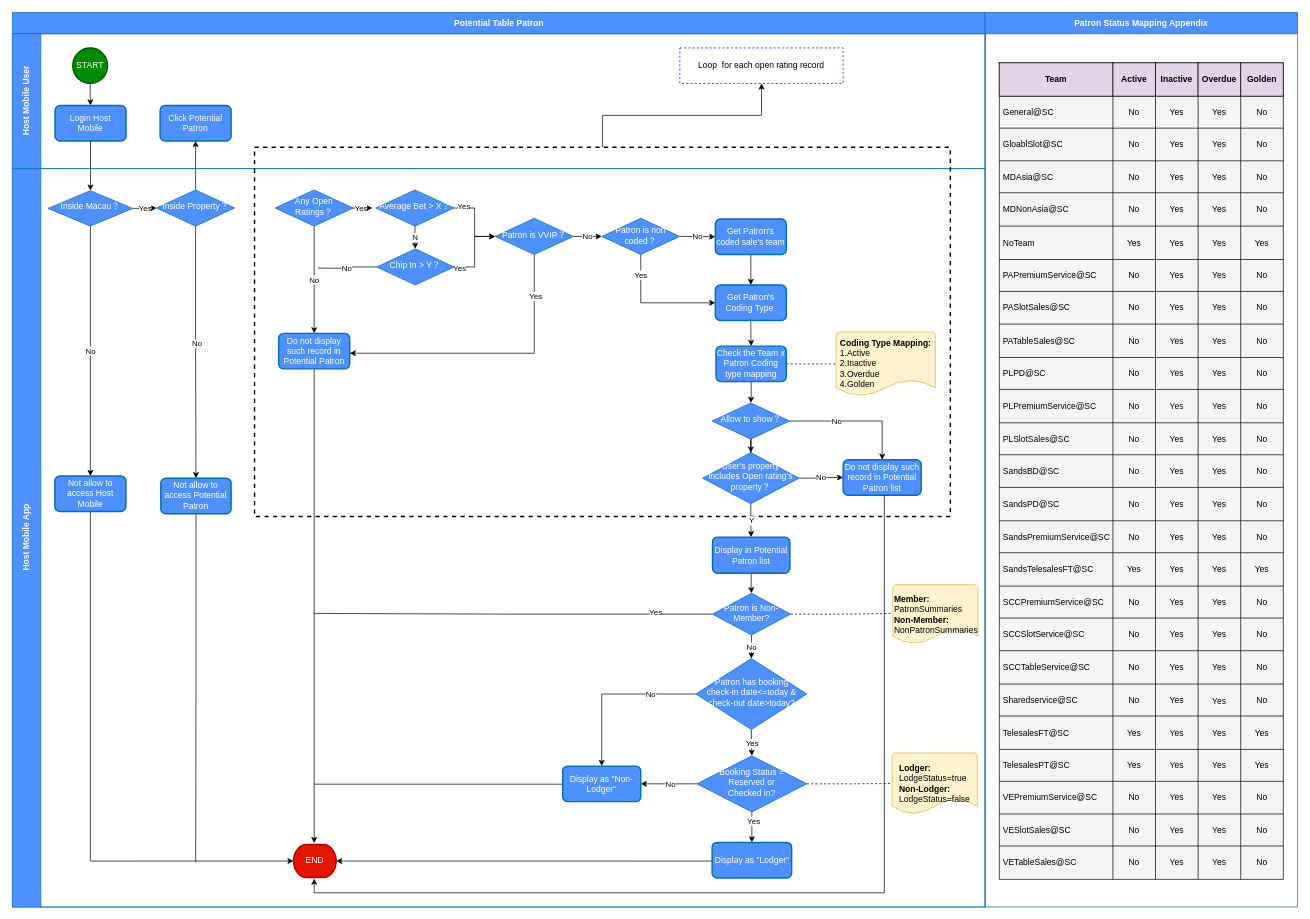
This is Potential Patron.drawio from xiaobao0706/drawio, a draw.io file, before an edit. Source tidied: cells renumbered, new cells numbered last; positions are measured from the earlier drawing's top-left corner, leaving out a move shared by most shapes. Both pictures are drawn from the tidied source at 71%, with x=0, y=0 at pixel (12, 12).
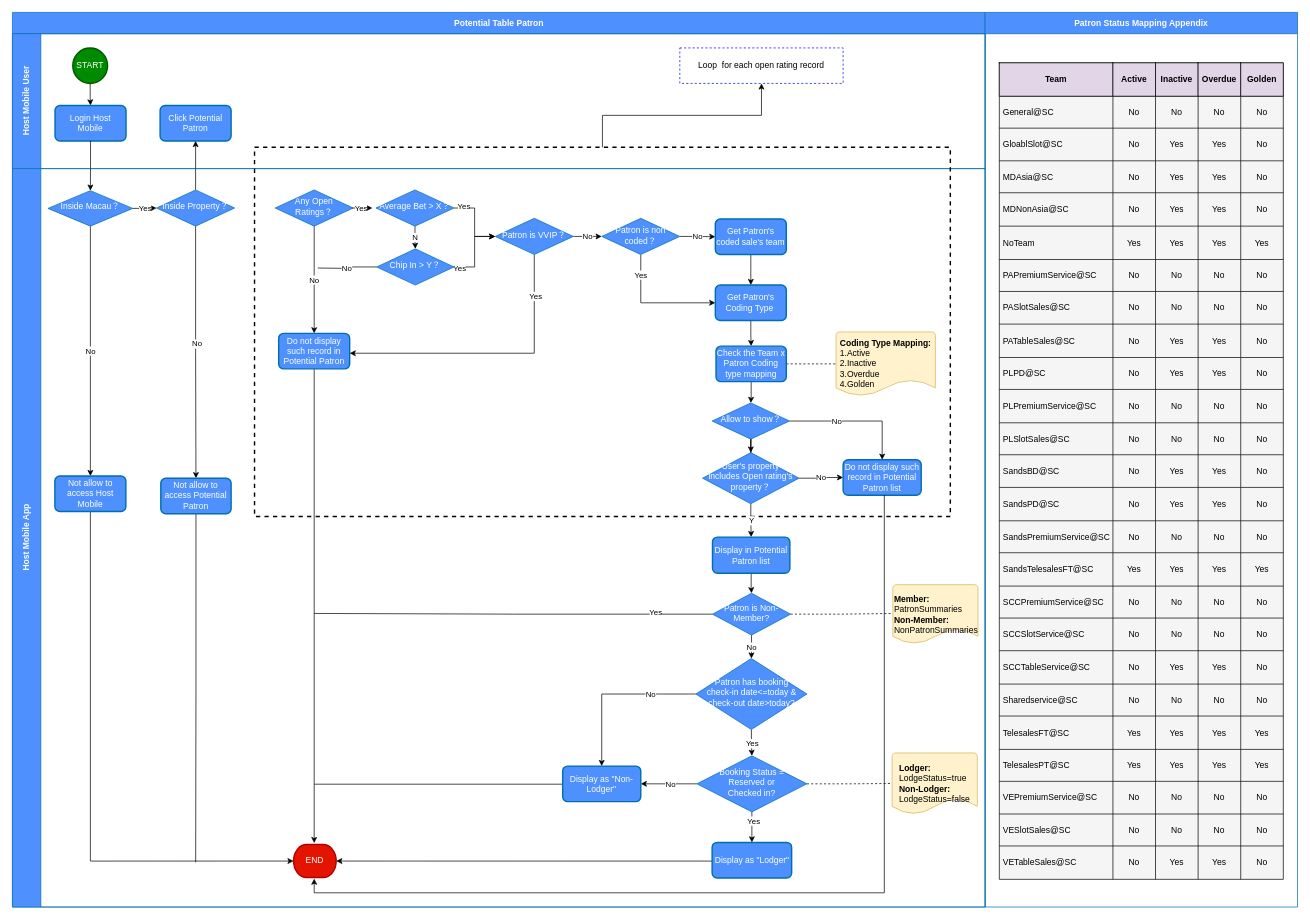
The same page after the edit.

Unchanged cells that the change refers to:
```xml
<mxCell id="91" style="shape=tableRow;horizontal=0;startSize=0;swimlaneHead=0;swimlaneBody=0;strokeColor=inherit;top=0;left=0;bottom=0;right=0;fillColor=none;" parent="84" vertex="1">
  <mxGeometry y="47" width="400" height="45" as="geometry" />
</mxCell>
<mxCell id="121" style="shape=tableRow;horizontal=0;startSize=0;swimlaneHead=0;swimlaneBody=0;strokeColor=inherit;top=0;left=0;bottom=0;right=0;fillColor=none;" parent="84" vertex="1">
  <mxGeometry y="277" width="400" height="45" as="geometry" />
</mxCell>
<mxCell id="127" style="shape=tableRow;horizontal=0;startSize=0;swimlaneHead=0;swimlaneBody=0;strokeColor=inherit;top=0;left=0;bottom=0;right=0;fillColor=none;" parent="84" vertex="1">
  <mxGeometry y="322" width="400" height="46" as="geometry" />
</mxCell>
<mxCell id="145" style="shape=tableRow;horizontal=0;startSize=0;swimlaneHead=0;swimlaneBody=0;strokeColor=inherit;top=0;left=0;bottom=0;right=0;fillColor=none;" parent="84" vertex="1">
  <mxGeometry y="460" width="400" height="47" as="geometry" />
</mxCell>
<mxCell id="151" style="shape=tableRow;horizontal=0;startSize=0;swimlaneHead=0;swimlaneBody=0;strokeColor=inherit;top=0;left=0;bottom=0;right=0;fillColor=none;" parent="84" vertex="1">
  <mxGeometry y="507" width="400" height="45" as="geometry" />
</mxCell>
<mxCell id="169" style="shape=tableRow;horizontal=0;startSize=0;swimlaneHead=0;swimlaneBody=0;strokeColor=inherit;top=0;left=0;bottom=0;right=0;fillColor=none;" parent="84" vertex="1">
  <mxGeometry y="645" width="400" height="45" as="geometry" />
</mxCell>
<mxCell id="181" style="shape=tableRow;horizontal=0;startSize=0;swimlaneHead=0;swimlaneBody=0;strokeColor=inherit;top=0;left=0;bottom=0;right=0;fillColor=none;" parent="84" vertex="1">
  <mxGeometry y="737" width="400" height="45" as="geometry" />
</mxCell>
<mxCell id="187" style="shape=tableRow;horizontal=0;startSize=0;swimlaneHead=0;swimlaneBody=0;strokeColor=inherit;top=0;left=0;bottom=0;right=0;fillColor=none;" parent="84" vertex="1">
  <mxGeometry y="782" width="400" height="46" as="geometry" />
</mxCell>
<mxCell id="199" style="shape=tableRow;horizontal=0;startSize=0;swimlaneHead=0;swimlaneBody=0;strokeColor=inherit;top=0;left=0;bottom=0;right=0;fillColor=none;" parent="84" vertex="1">
  <mxGeometry y="875" width="400" height="45" as="geometry" />
</mxCell>
<mxCell id="217" style="shape=tableRow;horizontal=0;startSize=0;swimlaneHead=0;swimlaneBody=0;strokeColor=inherit;top=0;left=0;bottom=0;right=0;fillColor=none;" parent="84" vertex="1">
  <mxGeometry y="1012" width="400" height="46" as="geometry" />
</mxCell>
<mxCell id="223" style="shape=tableRow;horizontal=0;startSize=0;swimlaneHead=0;swimlaneBody=0;strokeColor=inherit;top=0;left=0;bottom=0;right=0;fillColor=none;" parent="84" vertex="1">
  <mxGeometry y="1058" width="400" height="45" as="geometry" />
</mxCell>
```

Diff of the diagram source:
```diff
@@
-    <mxCell id="94" value="Yes" style="shape=partialRectangle;html=1;whiteSpace=wrap;strokeColor=inherit;overflow=hidden;fillColor=none;top=0;left=0;bottom=0;right=0;" parent="91" vertex="1">
+    <mxCell id="94" value="No" style="shape=partialRectangle;html=1;whiteSpace=wrap;strokeColor=inherit;overflow=hidden;fillColor=none;top=0;left=0;bottom=0;right=0;" parent="91" vertex="1">
       <mxGeometry x="220" width="60" height="45" as="geometry" />
     </mxCell>
-    <mxCell id="95" value="Yes" style="shape=partialRectangle;html=1;whiteSpace=wrap;strokeColor=inherit;overflow=hidden;fillColor=none;top=0;left=0;bottom=0;right=0;" parent="91" vertex="1">
+    <mxCell id="95" value="No" style="shape=partialRectangle;html=1;whiteSpace=wrap;strokeColor=inherit;overflow=hidden;fillColor=none;top=0;left=0;bottom=0;right=0;" parent="91" vertex="1">
       <mxGeometry x="280" width="60" height="45" as="geometry" />
     </mxCell>
@@
-    <mxCell id="124" value="Yes" style="shape=partialRectangle;html=1;whiteSpace=wrap;strokeColor=inherit;overflow=hidden;fillColor=none;top=0;left=0;bottom=0;right=0;" parent="121" vertex="1">
+    <mxCell id="124" value="No" style="shape=partialRectangle;html=1;whiteSpace=wrap;strokeColor=inherit;overflow=hidden;fillColor=none;top=0;left=0;bottom=0;right=0;" parent="121" vertex="1">
       <mxGeometry x="220" width="60" height="45" as="geometry" />
     </mxCell>
-    <mxCell id="125" value="Yes" style="shape=partialRectangle;html=1;whiteSpace=wrap;strokeColor=inherit;overflow=hidden;fillColor=none;top=0;left=0;bottom=0;right=0;" parent="121" vertex="1">
+    <mxCell id="125" value="No" style="shape=partialRectangle;html=1;whiteSpace=wrap;strokeColor=inherit;overflow=hidden;fillColor=none;top=0;left=0;bottom=0;right=0;" parent="121" vertex="1">
       <mxGeometry x="280" width="60" height="45" as="geometry" />
     </mxCell>
@@
-    <mxCell id="130" value="Yes" style="shape=partialRectangle;html=1;whiteSpace=wrap;strokeColor=inherit;overflow=hidden;fillColor=none;top=0;left=0;bottom=0;right=0;" parent="127" vertex="1">
+    <mxCell id="130" value="No" style="shape=partialRectangle;html=1;whiteSpace=wrap;strokeColor=inherit;overflow=hidden;fillColor=none;top=0;left=0;bottom=0;right=0;" parent="127" vertex="1">
       <mxGeometry x="220" width="60" height="46" as="geometry" />
     </mxCell>
-    <mxCell id="131" value="Yes" style="shape=partialRectangle;html=1;whiteSpace=wrap;strokeColor=inherit;overflow=hidden;fillColor=none;top=0;left=0;bottom=0;right=0;" parent="127" vertex="1">
+    <mxCell id="131" value="No" style="shape=partialRectangle;html=1;whiteSpace=wrap;strokeColor=inherit;overflow=hidden;fillColor=none;top=0;left=0;bottom=0;right=0;" parent="127" vertex="1">
       <mxGeometry x="280" width="60" height="46" as="geometry" />
     </mxCell>
@@
-    <mxCell id="148" value="&#10;&lt;span style=&quot;color: rgb(0, 0, 0); font-family: Helvetica; font-size: 12px; font-style: normal; font-variant-ligatures: normal; font-variant-caps: normal; font-weight: 400; letter-spacing: normal; orphans: 2; text-align: center; text-indent: 0px; text-transform: none; widows: 2; word-spacing: 0px; -webkit-text-stroke-width: 0px; background-color: rgb(251, 251, 251); text-decoration-thickness: initial; text-decoration-style: initial; text-decoration-color: initial; float: none; display: inline !important;&quot;&gt;Yes&lt;/span&gt;&#10;&#10;" style="shape=partialRectangle;html=1;whiteSpace=wrap;strokeColor=inherit;overflow=hidden;fillColor=none;top=0;left=0;bottom=0;right=0;" parent="145" vertex="1">
+    <mxCell id="148" value="No" style="shape=partialRectangle;html=1;whiteSpace=wrap;strokeColor=inherit;overflow=hidden;fillColor=none;top=0;left=0;bottom=0;right=0;" parent="145" vertex="1">
       <mxGeometry x="220" width="60" height="47" as="geometry" />
     </mxCell>
-    <mxCell id="149" value="Yes" style="shape=partialRectangle;html=1;whiteSpace=wrap;strokeColor=inherit;overflow=hidden;fillColor=none;top=0;left=0;bottom=0;right=0;" parent="145" vertex="1">
+    <mxCell id="149" value="No" style="shape=partialRectangle;html=1;whiteSpace=wrap;strokeColor=inherit;overflow=hidden;fillColor=none;top=0;left=0;bottom=0;right=0;" parent="145" vertex="1">
       <mxGeometry x="280" width="60" height="47" as="geometry" />
     </mxCell>
@@
-    <mxCell id="154" value="Yes" style="shape=partialRectangle;html=1;whiteSpace=wrap;strokeColor=inherit;overflow=hidden;fillColor=none;top=0;left=0;bottom=0;right=0;" parent="151" vertex="1">
+    <mxCell id="154" value="No" style="shape=partialRectangle;html=1;whiteSpace=wrap;strokeColor=inherit;overflow=hidden;fillColor=none;top=0;left=0;bottom=0;right=0;" parent="151" vertex="1">
       <mxGeometry x="220" width="60" height="45" as="geometry" />
     </mxCell>
-    <mxCell id="155" value="Yes" style="shape=partialRectangle;html=1;whiteSpace=wrap;strokeColor=inherit;overflow=hidden;fillColor=none;top=0;left=0;bottom=0;right=0;" parent="151" vertex="1">
+    <mxCell id="155" value="No" style="shape=partialRectangle;html=1;whiteSpace=wrap;strokeColor=inherit;overflow=hidden;fillColor=none;top=0;left=0;bottom=0;right=0;" parent="151" vertex="1">
       <mxGeometry x="280" width="60" height="45" as="geometry" />
     </mxCell>
@@
-    <mxCell id="172" value="Yes" style="shape=partialRectangle;html=1;whiteSpace=wrap;strokeColor=inherit;overflow=hidden;fillColor=none;top=0;left=0;bottom=0;right=0;" parent="169" vertex="1">
+    <mxCell id="172" value="No" style="shape=partialRectangle;html=1;whiteSpace=wrap;strokeColor=inherit;overflow=hidden;fillColor=none;top=0;left=0;bottom=0;right=0;" parent="169" vertex="1">
       <mxGeometry x="220" width="60" height="45" as="geometry" />
     </mxCell>
-    <mxCell id="173" value="Yes" style="shape=partialRectangle;html=1;whiteSpace=wrap;strokeColor=inherit;overflow=hidden;fillColor=none;top=0;left=0;bottom=0;right=0;" parent="169" vertex="1">
+    <mxCell id="173" value="No" style="shape=partialRectangle;html=1;whiteSpace=wrap;strokeColor=inherit;overflow=hidden;fillColor=none;top=0;left=0;bottom=0;right=0;" parent="169" vertex="1">
       <mxGeometry x="280" width="60" height="45" as="geometry" />
     </mxCell>
@@
-    <mxCell id="184" value="Yes" style="shape=partialRectangle;html=1;whiteSpace=wrap;strokeColor=inherit;overflow=hidden;fillColor=none;top=0;left=0;bottom=0;right=0;" parent="181" vertex="1">
+    <mxCell id="184" value="No" style="shape=partialRectangle;html=1;whiteSpace=wrap;strokeColor=inherit;overflow=hidden;fillColor=none;top=0;left=0;bottom=0;right=0;" parent="181" vertex="1">
       <mxGeometry x="220" width="60" height="45" as="geometry" />
     </mxCell>
-    <mxCell id="185" value="Yes" style="shape=partialRectangle;html=1;whiteSpace=wrap;strokeColor=inherit;overflow=hidden;fillColor=none;top=0;left=0;bottom=0;right=0;" parent="181" vertex="1">
+    <mxCell id="185" value="No" style="shape=partialRectangle;html=1;whiteSpace=wrap;strokeColor=inherit;overflow=hidden;fillColor=none;top=0;left=0;bottom=0;right=0;" parent="181" vertex="1">
       <mxGeometry x="280" width="60" height="45" as="geometry" />
     </mxCell>
@@
-    <mxCell id="190" value="Yes" style="shape=partialRectangle;html=1;whiteSpace=wrap;strokeColor=inherit;overflow=hidden;fillColor=none;top=0;left=0;bottom=0;right=0;" parent="187" vertex="1">
+    <mxCell id="190" value="No" style="shape=partialRectangle;html=1;whiteSpace=wrap;strokeColor=inherit;overflow=hidden;fillColor=none;top=0;left=0;bottom=0;right=0;" parent="187" vertex="1">
       <mxGeometry x="220" width="60" height="46" as="geometry" />
     </mxCell>
-    <mxCell id="191" value="Yes" style="shape=partialRectangle;html=1;whiteSpace=wrap;strokeColor=inherit;overflow=hidden;fillColor=none;top=0;left=0;bottom=0;right=0;" parent="187" vertex="1">
+    <mxCell id="191" value="No" style="shape=partialRectangle;html=1;whiteSpace=wrap;strokeColor=inherit;overflow=hidden;fillColor=none;top=0;left=0;bottom=0;right=0;" parent="187" vertex="1">
       <mxGeometry x="280" width="60" height="46" as="geometry" />
     </mxCell>
@@
-    <mxCell id="202" value="Yes" style="shape=partialRectangle;html=1;whiteSpace=wrap;strokeColor=inherit;overflow=hidden;fillColor=none;top=0;left=0;bottom=0;right=0;" parent="199" vertex="1">
+    <mxCell id="202" value="No" style="shape=partialRectangle;html=1;whiteSpace=wrap;strokeColor=inherit;overflow=hidden;fillColor=none;top=0;left=0;bottom=0;right=0;" parent="199" vertex="1">
       <mxGeometry x="220" width="60" height="45" as="geometry" />
     </mxCell>
-    <mxCell id="203" value="&#10;&lt;span style=&quot;color: rgb(0, 0, 0); font-family: Helvetica; font-size: 12px; font-style: normal; font-variant-ligatures: normal; font-variant-caps: normal; font-weight: 400; letter-spacing: normal; orphans: 2; text-align: center; text-indent: 0px; text-transform: none; widows: 2; word-spacing: 0px; -webkit-text-stroke-width: 0px; background-color: rgb(251, 251, 251); text-decoration-thickness: initial; text-decoration-style: initial; text-decoration-color: initial; float: none; display: inline !important;&quot;&gt;Yes&lt;/span&gt;&#10;&#10;" style="shape=partialRectangle;html=1;whiteSpace=wrap;strokeColor=inherit;overflow=hidden;fillColor=none;top=0;left=0;bottom=0;right=0;" parent="199" vertex="1">
+    <mxCell id="203" value="No" style="shape=partialRectangle;html=1;whiteSpace=wrap;strokeColor=inherit;overflow=hidden;fillColor=none;top=0;left=0;bottom=0;right=0;" parent="199" vertex="1">
       <mxGeometry x="280" width="60" height="45" as="geometry" />
     </mxCell>
@@
-    <mxCell id="220" value="Yes" style="shape=partialRectangle;html=1;whiteSpace=wrap;strokeColor=inherit;overflow=hidden;fillColor=none;top=0;left=0;bottom=0;right=0;" parent="217" vertex="1">
+    <mxCell id="220" value="No" style="shape=partialRectangle;html=1;whiteSpace=wrap;strokeColor=inherit;overflow=hidden;fillColor=none;top=0;left=0;bottom=0;right=0;" parent="217" vertex="1">
       <mxGeometry x="220" width="60" height="46" as="geometry" />
     </mxCell>
-    <mxCell id="221" value="Yes" style="shape=partialRectangle;html=1;whiteSpace=wrap;strokeColor=inherit;overflow=hidden;fillColor=none;top=0;left=0;bottom=0;right=0;" parent="217" vertex="1">
+    <mxCell id="221" value="No" style="shape=partialRectangle;html=1;whiteSpace=wrap;strokeColor=inherit;overflow=hidden;fillColor=none;top=0;left=0;bottom=0;right=0;" parent="217" vertex="1">
       <mxGeometry x="280" width="60" height="46" as="geometry" />
     </mxCell>
@@
-    <mxCell id="226" value="Yes" style="shape=partialRectangle;html=1;whiteSpace=wrap;strokeColor=inherit;overflow=hidden;fillColor=none;top=0;left=0;bottom=0;right=0;" parent="223" vertex="1">
+    <mxCell id="226" value="No" style="shape=partialRectangle;html=1;whiteSpace=wrap;strokeColor=inherit;overflow=hidden;fillColor=none;top=0;left=0;bottom=0;right=0;" parent="223" vertex="1">
       <mxGeometry x="220" width="60" height="45" as="geometry" />
     </mxCell>
-    <mxCell id="227" value="Yes" style="shape=partialRectangle;html=1;whiteSpace=wrap;strokeColor=inherit;overflow=hidden;fillColor=none;top=0;left=0;bottom=0;right=0;" parent="223" vertex="1">
+    <mxCell id="227" value="No" style="shape=partialRectangle;html=1;whiteSpace=wrap;strokeColor=inherit;overflow=hidden;fillColor=none;top=0;left=0;bottom=0;right=0;" parent="223" vertex="1">
       <mxGeometry x="280" width="60" height="45" as="geometry" />
     </mxCell>
```
